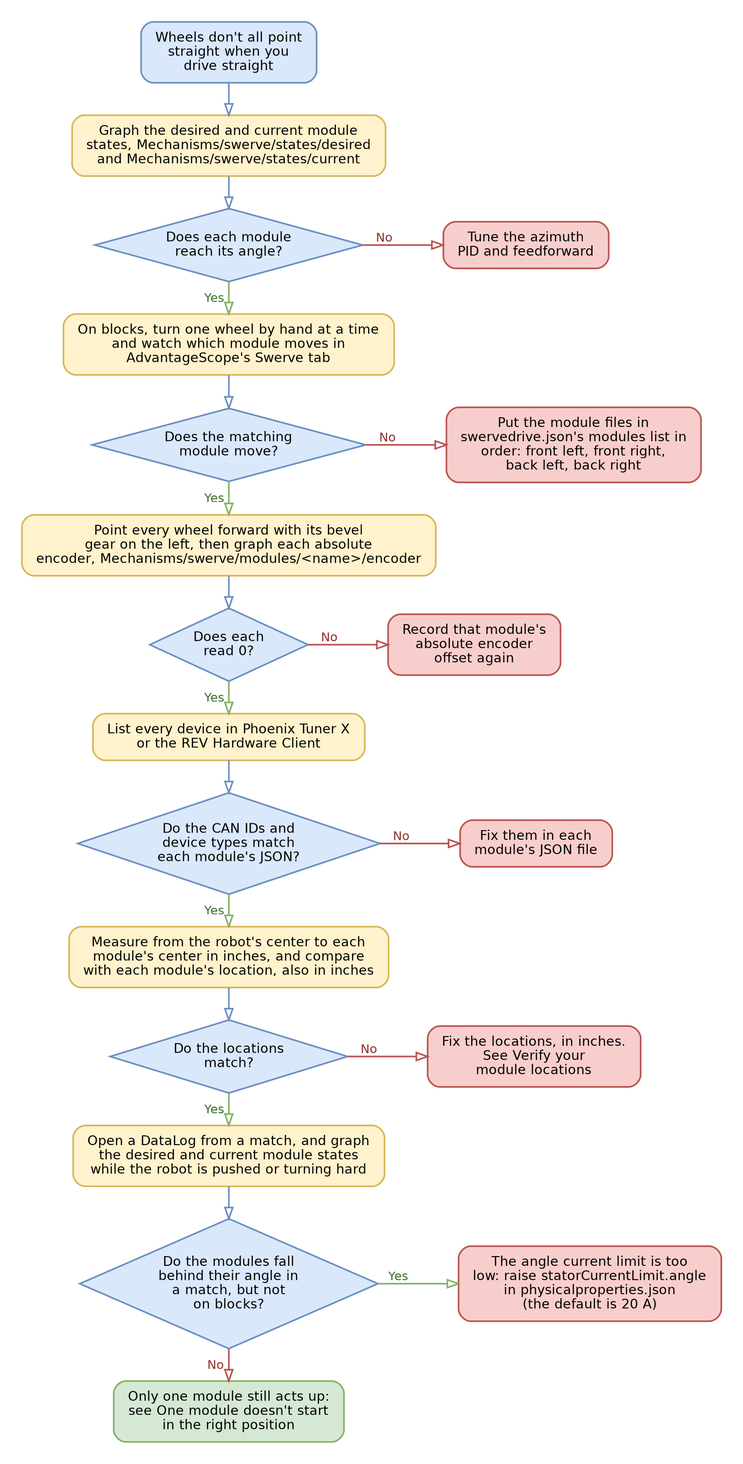
Before: .gitbook/assets/yagsl-flowchart-align.png, a diagram exported from Graphviz (Yet-Another-Software-Suite/YAGSL-gitbook). Its source is kept beside it as .gitbook/assets/yagsl-flowchart-align.dot.
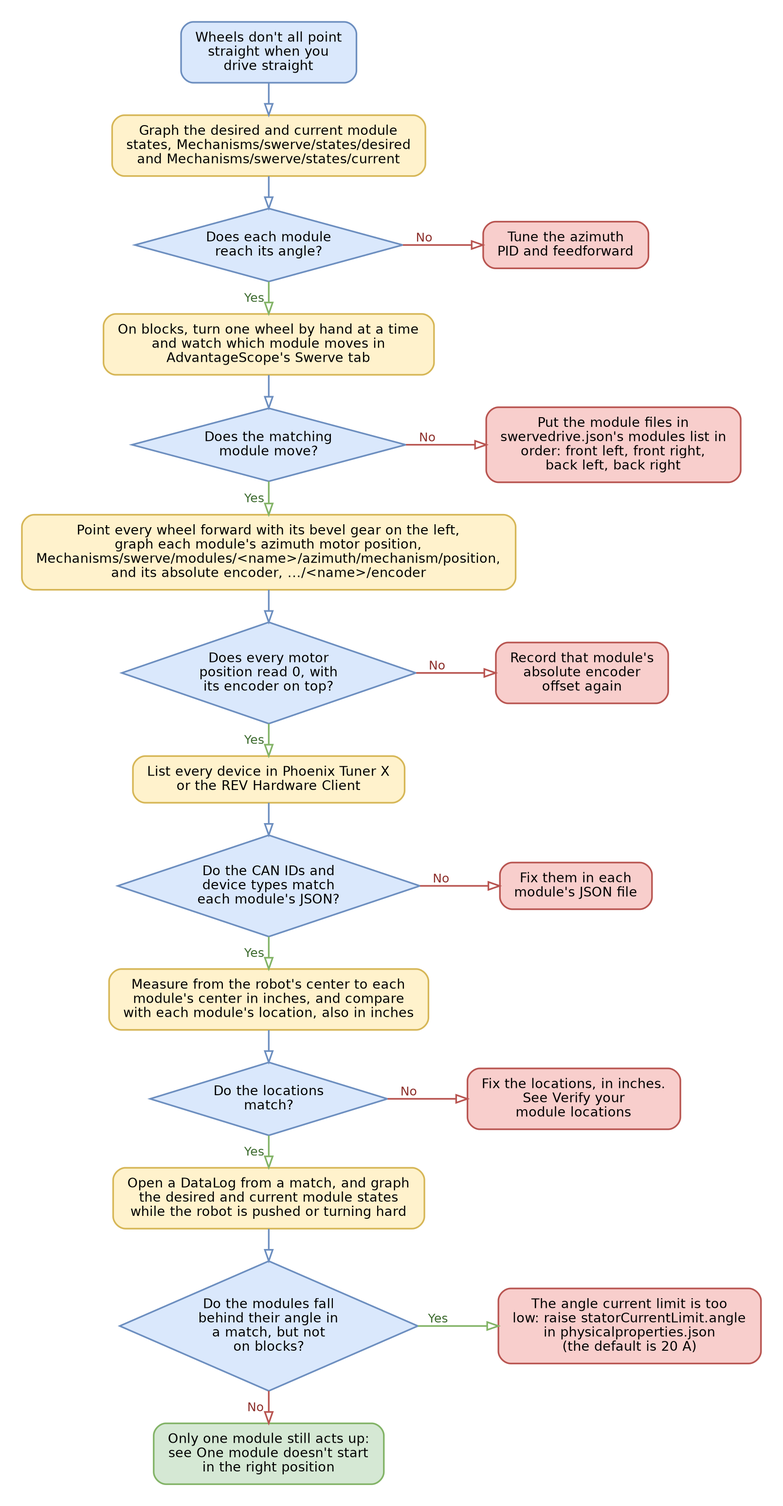
Above is the later version.

Commit message:
Offset checks: graph the azimuth motor position with the absolute encoder; both read 0 after alignment

Change to the diagram source:
```diff
@@ -19,8 +19,8 @@
   h2 -> q2 [color="#6c8ebf", weight=10];
   q2 -> f2 [xlabel=" No ", color="#b85450", fontcolor="#8c2f2b"];
   q2 -> h3 [xlabel=" Yes ", color="#82b366", fontcolor="#3d6b2f", weight=10];
-  h3 [label="Point every wheel forward with its bevel\ngear on the left, then graph each absolute\nencoder, Mechanisms/swerve/modules/<name>/encoder", shape=box, style="rounded,filled", fillcolor="#fff2cc", color="#d6b656"];
-  q3 [label="Does each\nread 0?", shape=diamond, style=filled, fillcolor="#dae8fc", color="#6c8ebf", margin="0.05,0.05"];
+  h3 [label="Point every wheel forward with its bevel gear on the left,\ngraph each module's azimuth motor position,\nMechanisms/swerve/modules/<name>/azimuth/mechanism/position,\nand its absolute encoder, .../<name>/encoder", shape=box, style="rounded,filled", fillcolor="#fff2cc", color="#d6b656"];
+  q3 [label="Does every motor\nposition read 0, with\nits encoder on top?", shape=diamond, style=filled, fillcolor="#dae8fc", color="#6c8ebf", margin="0.05,0.05"];
   f3 [label="Record that module's\nabsolute encoder\noffset again", shape=box, style="rounded,filled", fillcolor="#f8cecc", color="#b85450"];
   {rank=same; q3; f3;}
   h3 -> q3 [color="#6c8ebf", weight=10];
```
